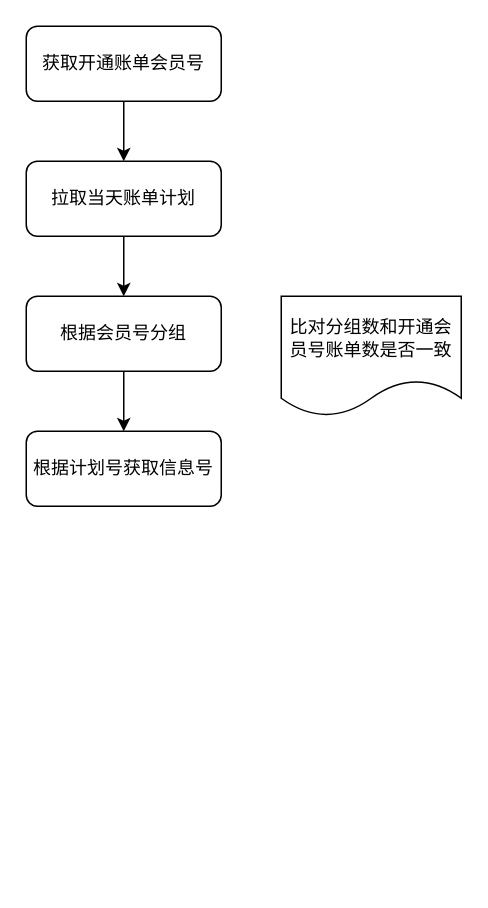
This is page "第 2 页" (2 of 2) of 开票流程.drawio from littleDagron/Codepractice, a draw.io file, before an edit. Source tidied: cells renumbered, new cells numbered last; positions are measured from the earlier drawing's top-left corner, leaving out a move shared by most shapes. Both pictures are drawn from the tidied source at 150%, with x=0, y=0 at pixel (26, 26).
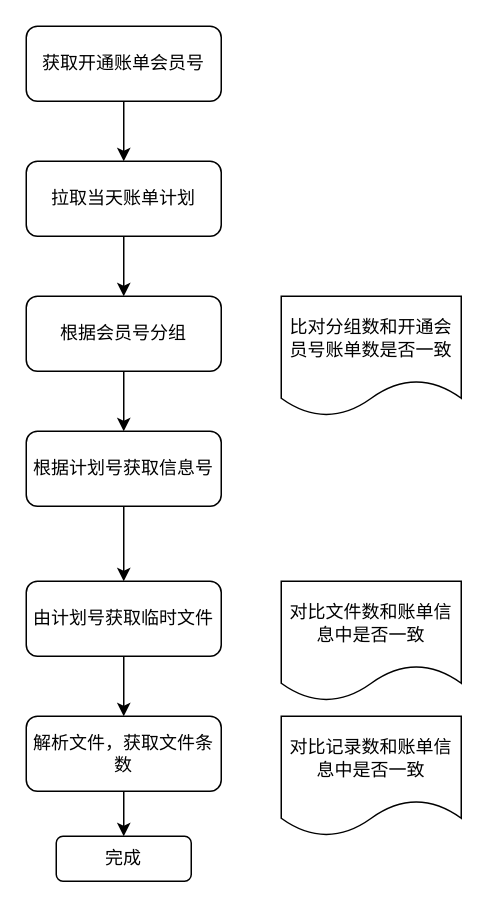
After the change.

Commit message:
更新开票流程.drawio

The change refers to these unchanged cells:
```xml
<mxCell id="9" value="根据计划号获取信息号" style="rounded=1;whiteSpace=wrap;html=1;" parent="1" vertex="1">
  <mxGeometry y="270" width="130" height="50" as="geometry" />
</mxCell>
```

Change to the diagram source:
```diff
@@
+    <mxCell id="10" style="edgeStyle=orthogonalEdgeStyle;rounded=0;jettySize=auto;html=1;exitX=0.5;exitY=1;exitDx=0;exitDy=0;entryX=0.5;entryY=0;entryDx=0;entryDy=0;" parent="1" edge="1" source="9" target="12">
+      <mxGeometry relative="1" as="geometry" />
+    </mxCell>
@@
+    <mxCell id="11" style="edgeStyle=orthogonalEdgeStyle;rounded=0;jettySize=auto;html=1;exitX=0.5;exitY=1;exitDx=0;exitDy=0;" parent="1" edge="1" source="12">
+      <mxGeometry relative="1" as="geometry">
+        <mxPoint x="65" y="460" as="targetPoint" />
+      </mxGeometry>
+    </mxCell>
+    <mxCell id="12" value="由计划号获取临时文件" style="rounded=1;whiteSpace=wrap;html=1;" parent="1" vertex="1">
+      <mxGeometry y="370" width="130" height="50" as="geometry" />
+    </mxCell>
+    <mxCell id="13" value="对比文件数和账单信息中是否一致" style="shape=document;whiteSpace=wrap;html=1;boundedLbl=1;" parent="1" vertex="1">
+      <mxGeometry x="170" y="370" width="120" height="80" as="geometry" />
+    </mxCell>
+    <mxCell id="14" style="edgeStyle=orthogonalEdgeStyle;rounded=0;jettySize=auto;html=1;exitX=0.5;exitY=1;exitDx=0;exitDy=0;entryX=0.5;entryY=0;entryDx=0;entryDy=0;" parent="1" edge="1" source="15" target="17">
+      <mxGeometry relative="1" as="geometry" />
+    </mxCell>
+    <mxCell id="15" value="解析文件，获取文件条数" style="rounded=1;whiteSpace=wrap;html=1;" parent="1" vertex="1">
+      <mxGeometry y="460" width="130" height="50" as="geometry" />
+    </mxCell>
+    <mxCell id="16" value="对比记录数和账单信息中是否一致" style="shape=document;whiteSpace=wrap;html=1;boundedLbl=1;" parent="1" vertex="1">
+      <mxGeometry x="170" y="460" width="120" height="80" as="geometry" />
+    </mxCell>
+    <mxCell id="17" value="完成" style="rounded=1;whiteSpace=wrap;html=1;" parent="1" vertex="1">
+      <mxGeometry x="20" y="540" width="90" height="30" as="geometry" />
+    </mxCell>
```
